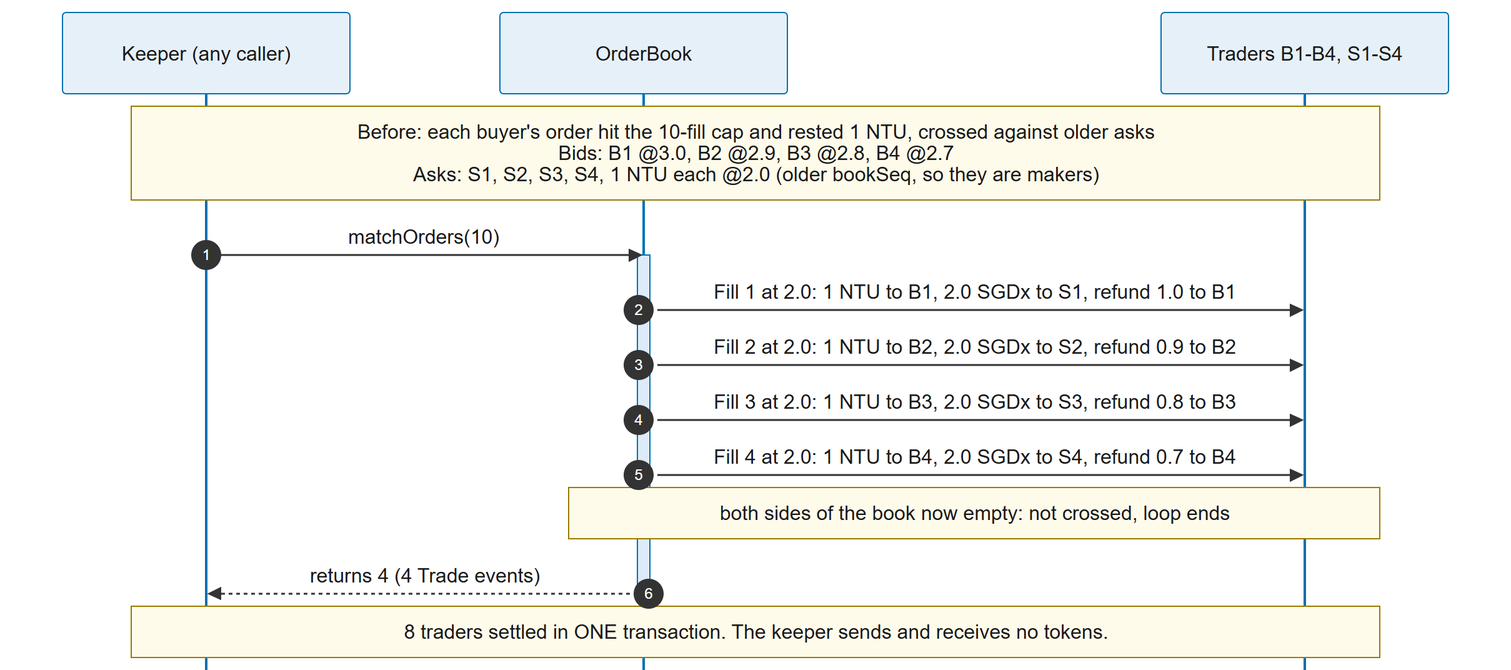
This is docs/report/diagrams/08-batch-match.png from Nitecry7/SC4053-BlockChain-Project, a Mermaid export, as it was before one commit. Its source is kept beside it as docs/report/diagrams/08-batch-match.mmd. Source of this version:
```mermaid
---
config:
  sequence:
    wrap: false
    width: 230
    actorMargin: 120
    noteMargin: 12
---
sequenceDiagram
  autonumber
  participant K as Keeper (any caller)
  participant OB as OrderBook
  participant T as Traders B1-B4, S1-S4
  Note over K,T: Before: each buyer's order hit the 10-fill cap and rested 1 NTU, crossed against older asks<br/>Bids: B1 @3.0, B2 @2.9, B3 @2.8, B4 @2.7<br/>Asks: S1, S2, S3, S4, 1 NTU each @2.0 (older bookSeq, so they are makers)
  K->>OB: matchOrders(10)
  activate OB
  OB->>T: Fill 1 at 2.0: 1 NTU to B1, 2.0 SGDx to S1, refund 1.0 to B1
  OB->>T: Fill 2 at 2.0: 1 NTU to B2, 2.0 SGDx to S2, refund 0.9 to B2
  OB->>T: Fill 3 at 2.0: 1 NTU to B3, 2.0 SGDx to S3, refund 0.8 to B3
  OB->>T: Fill 4 at 2.0: 1 NTU to B4, 2.0 SGDx to S4, refund 0.7 to B4
  Note over OB,T: both sides of the book now empty: not crossed, loop ends
  OB-->>K: returns 4 (4 Trade events)
  deactivate OB
  Note over K,T: 8 traders settled in ONE transaction. The keeper sends and receives no tokens.
```
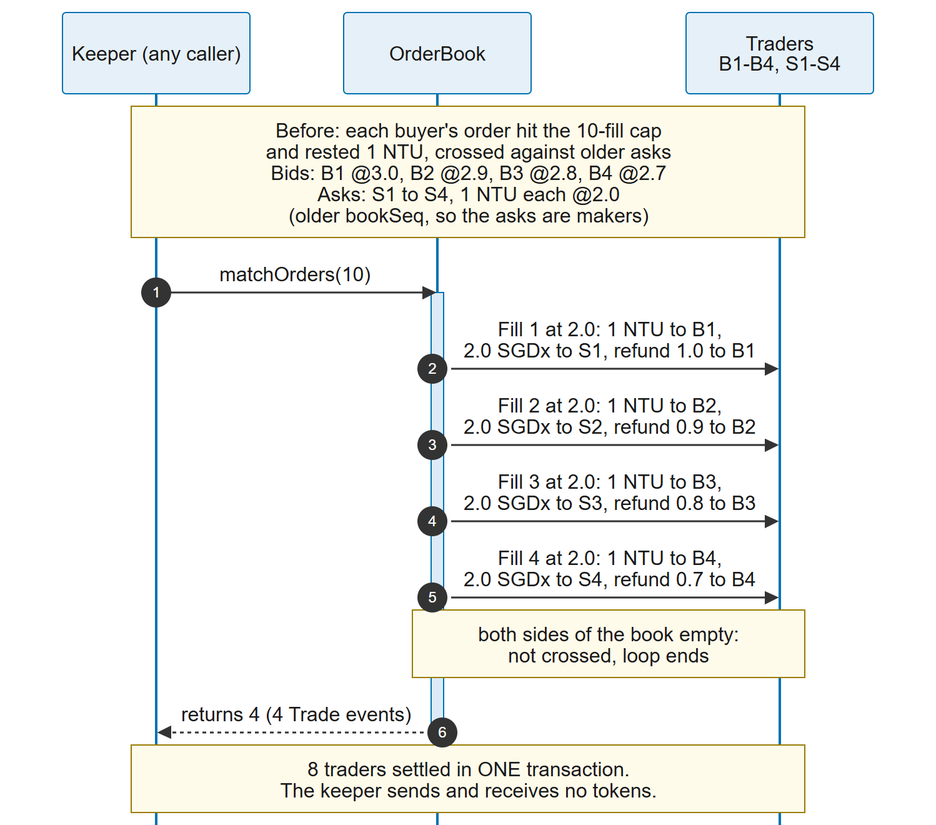
After the commit.

Diff of the diagram source:
```diff
@@ -2,23 +2,23 @@
 config:
   sequence:
     wrap: false
-    width: 230
-    actorMargin: 120
-    noteMargin: 12
+    width: 150
+    actorMargin: 40
+    noteMargin: 10
 ---
 sequenceDiagram
   autonumber
   participant K as Keeper (any caller)
   participant OB as OrderBook
-  participant T as Traders B1-B4, S1-S4
-  Note over K,T: Before: each buyer's order hit the 10-fill cap and rested 1 NTU, crossed against older asks<br/>Bids: B1 @3.0, B2 @2.9, B3 @2.8, B4 @2.7<br/>Asks: S1, S2, S3, S4, 1 NTU each @2.0 (older bookSeq, so they are makers)
+  participant T as Traders<br/>B1-B4, S1-S4
+  Note over K,T: Before: each buyer's order hit the 10-fill cap<br/>and rested 1 NTU, crossed against older asks<br/>Bids: B1 @3.0, B2 @2.9, B3 @2.8, B4 @2.7<br/>Asks: S1 to S4, 1 NTU each @2.0<br/>(older bookSeq, so the asks are makers)
   K->>OB: matchOrders(10)
   activate OB
-  OB->>T: Fill 1 at 2.0: 1 NTU to B1, 2.0 SGDx to S1, refund 1.0 to B1
-  OB->>T: Fill 2 at 2.0: 1 NTU to B2, 2.0 SGDx to S2, refund 0.9 to B2
-  OB->>T: Fill 3 at 2.0: 1 NTU to B3, 2.0 SGDx to S3, refund 0.8 to B3
-  OB->>T: Fill 4 at 2.0: 1 NTU to B4, 2.0 SGDx to S4, refund 0.7 to B4
-  Note over OB,T: both sides of the book now empty: not crossed, loop ends
+  OB->>T: Fill 1 at 2.0: 1 NTU to B1,<br/>2.0 SGDx to S1, refund 1.0 to B1
+  OB->>T: Fill 2 at 2.0: 1 NTU to B2,<br/>2.0 SGDx to S2, refund 0.9 to B2
+  OB->>T: Fill 3 at 2.0: 1 NTU to B3,<br/>2.0 SGDx to S3, refund 0.8 to B3
+  OB->>T: Fill 4 at 2.0: 1 NTU to B4,<br/>2.0 SGDx to S4, refund 0.7 to B4
+  Note over OB,T: both sides of the book empty:<br/>not crossed, loop ends
   OB-->>K: returns 4 (4 Trade events)
   deactivate OB
-  Note over K,T: 8 traders settled in ONE transaction. The keeper sends and receives no tokens.
+  Note over K,T: 8 traders settled in ONE transaction.<br/>The keeper sends and receives no tokens.
```
